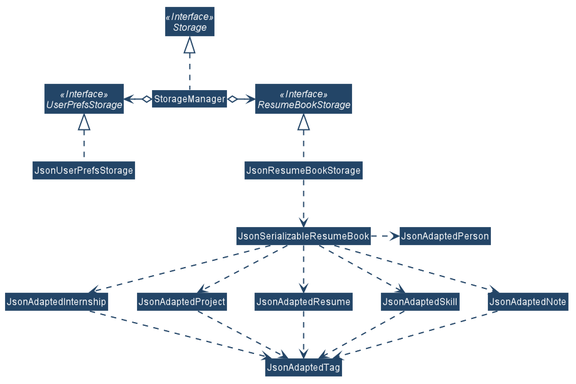
wardetu/main keeps this PlantUML diagram as docs/images/StorageClassDiagram.png. Above is the earlier version.
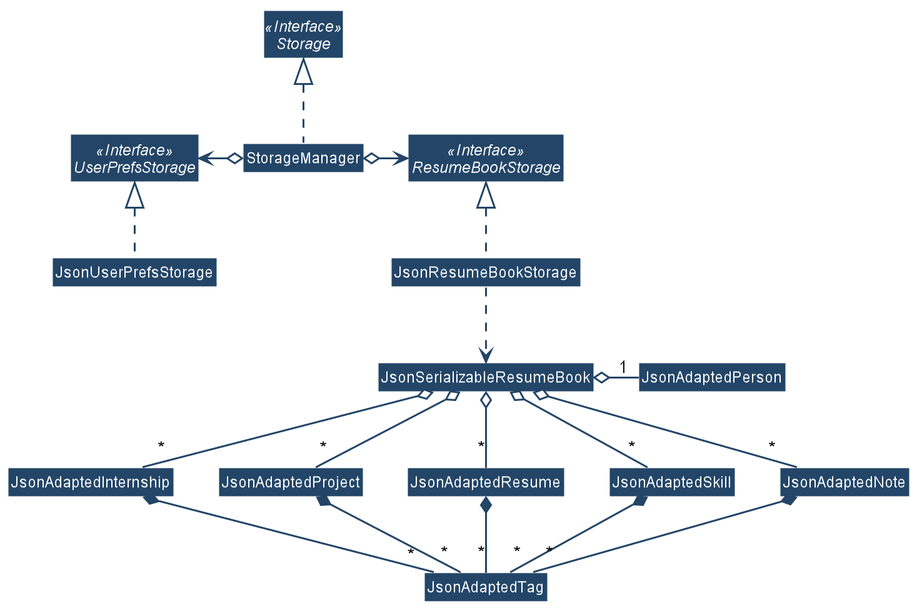
After the commit.

Change to the diagram source:
```diff
@@ -46,7 +46,7 @@
 skinparam packageStyle Rectangle
 
 hide footbox
-hide members
+hide methods
 hide circle
 skinparam arrowThickness 1.5
 skinparam arrowColor #234567
@@ -68,17 +68,17 @@
 JsonResumeBookStorage .up.|> ResumeBookStorage
 JsonResumeBookStorage .down.> JsonSerializableResumeBook
 
-JsonSerializableResumeBook .right.> JsonAdaptedPerson
-JsonSerializableResumeBook .down.> JsonAdaptedInternship
-JsonSerializableResumeBook .down.> JsonAdaptedProject
-JsonSerializableResumeBook .down.> JsonAdaptedResume
-JsonSerializableResumeBook .down.> JsonAdaptedSkill
-JsonSerializableResumeBook .down.> JsonAdaptedNote
+JsonSerializableResumeBook o-right- "1" JsonAdaptedPerson
+JsonSerializableResumeBook o-down- "*" JsonAdaptedInternship
+JsonSerializableResumeBook o-down- "*" JsonAdaptedProject
+JsonSerializableResumeBook o-down- "*" JsonAdaptedResume
+JsonSerializableResumeBook o-down- "*" JsonAdaptedSkill
+JsonSerializableResumeBook o-down- "*" JsonAdaptedNote
 
-JsonAdaptedInternship .down.> JsonAdaptedTag
-JsonAdaptedProject .down.> JsonAdaptedTag
-JsonAdaptedResume .down.> JsonAdaptedTag
-JsonAdaptedSkill .down.> JsonAdaptedTag
-JsonAdaptedNote .down.> JsonAdaptedTag
-
+JsonAdaptedInternship *-down- "*" JsonAdaptedTag
+JsonAdaptedProject *-down- "*" JsonAdaptedTag
+JsonAdaptedResume *-down- "*" JsonAdaptedTag
+JsonAdaptedSkill *-down- "*" JsonAdaptedTag
+JsonAdaptedNote *-down- "*" JsonAdaptedTag
+hide field
 @enduml
```
